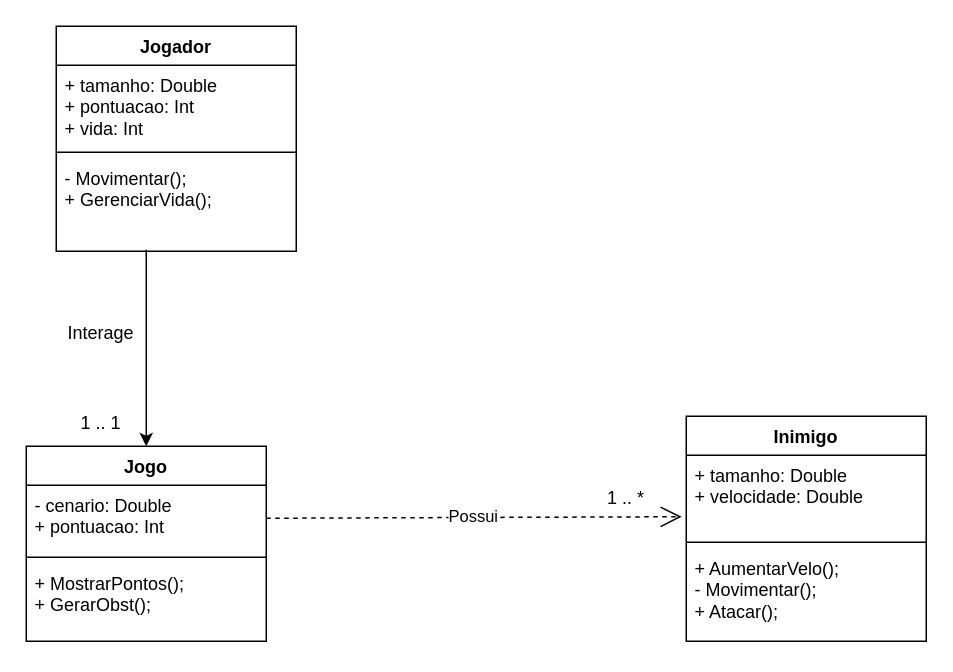
yuritelis/atvmusica keeps this draw.io diagram as Diagrama de Classes.drawio. Above is the earlier version. Source tidied: cells renumbered, new cells numbered last; positions are measured from the earlier drawing's top-left corner, leaving out a move shared by most shapes. Both pictures are drawn from the tidied source at 150%, with x=0, y=0 at pixel (26, 26).
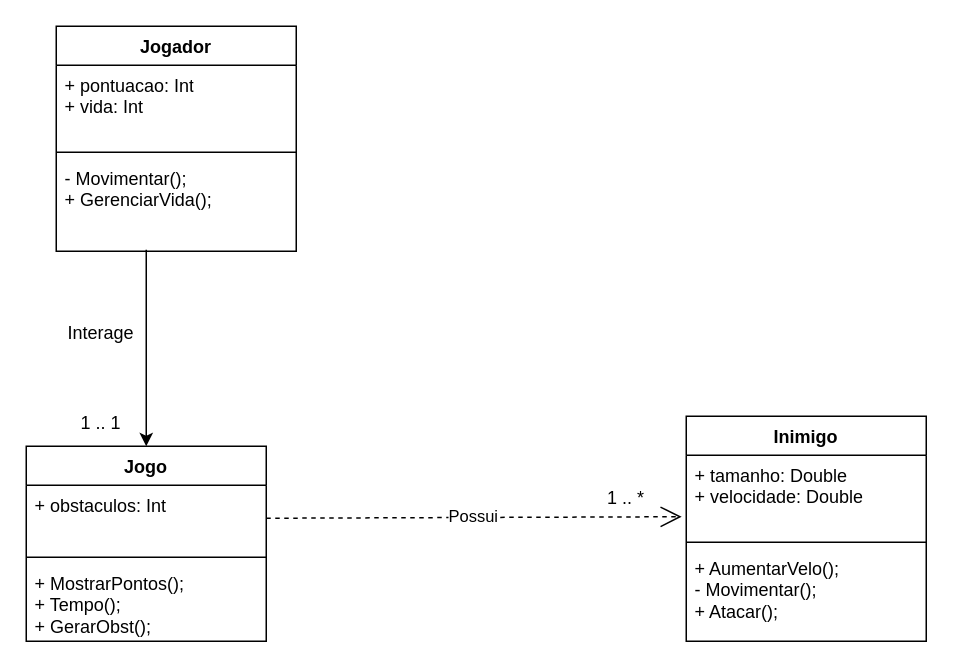
After the change.

Unchanged cells that the change refers to:
```xml
<mxCell id="2" value="Jogo" style="swimlane;fontStyle=1;align=center;verticalAlign=top;horizontal=1;startSize=26;whiteSpace=wrap;html=1;" parent="1" vertex="1">
  <mxGeometry y="280" width="160" height="130" as="geometry" />
</mxCell>
<mxCell id="10" value="Jogador" style="swimlane;fontStyle=1;align=center;verticalAlign=top;horizontal=1;startSize=26;whiteSpace=wrap;html=1;" parent="1" vertex="1">
  <mxGeometry x="20" width="160" height="150" as="geometry" />
</mxCell>
```

Change to the diagram source:
```diff
@@
-    <mxCell id="3" value="- cenario: Double&lt;br&gt;+ pontuacao: Int" style="text;strokeColor=none;fillColor=none;align=left;verticalAlign=top;spacingLeft=4;spacingRight=4;overflow=hidden;points=[[0,0.5],[1,0.5]];portConstraint=eastwest;whiteSpace=wrap;html=1;" parent="2" vertex="1">
+    <mxCell id="3" value="+ obstaculos: Int" style="text;strokeColor=none;fillColor=none;align=left;verticalAlign=top;spacingLeft=4;spacingRight=4;overflow=hidden;points=[[0,0.5],[1,0.5]];portConstraint=eastwest;whiteSpace=wrap;html=1;" parent="2" vertex="1">
       <mxGeometry y="26" width="160" height="44" as="geometry" />
     </mxCell>
@@
-    <mxCell id="5" value="+ MostrarPontos();&lt;br&gt;+ GerarObst();" style="text;strokeColor=none;fillColor=none;align=left;verticalAlign=top;spacingLeft=4;spacingRight=4;overflow=hidden;whiteSpace=wrap;html=1;" parent="2" vertex="1">
+    <mxCell id="5" value="+ MostrarPontos();&lt;br&gt;+ Tempo();&lt;br&gt;+ GerarObst();" style="text;strokeColor=none;fillColor=none;align=left;verticalAlign=top;spacingLeft=4;spacingRight=4;overflow=hidden;whiteSpace=wrap;html=1;" parent="2" vertex="1">
       <mxGeometry y="78" width="160" height="52" as="geometry" />
     </mxCell>
@@
-    <mxCell id="11" value="+ tamanho: Double&lt;br&gt;+ pontuacao: Int&lt;br&gt;+ vida: Int" style="text;strokeColor=none;fillColor=none;align=left;verticalAlign=top;spacingLeft=4;spacingRight=4;overflow=hidden;whiteSpace=wrap;html=1;" parent="10" vertex="1">
+    <mxCell id="11" value="+ pontuacao: Int&lt;br&gt;+ vida: Int" style="text;strokeColor=none;fillColor=none;align=left;verticalAlign=top;spacingLeft=4;spacingRight=4;overflow=hidden;whiteSpace=wrap;html=1;" parent="10" vertex="1">
       <mxGeometry y="26" width="160" height="54" as="geometry" />
     </mxCell>
```
